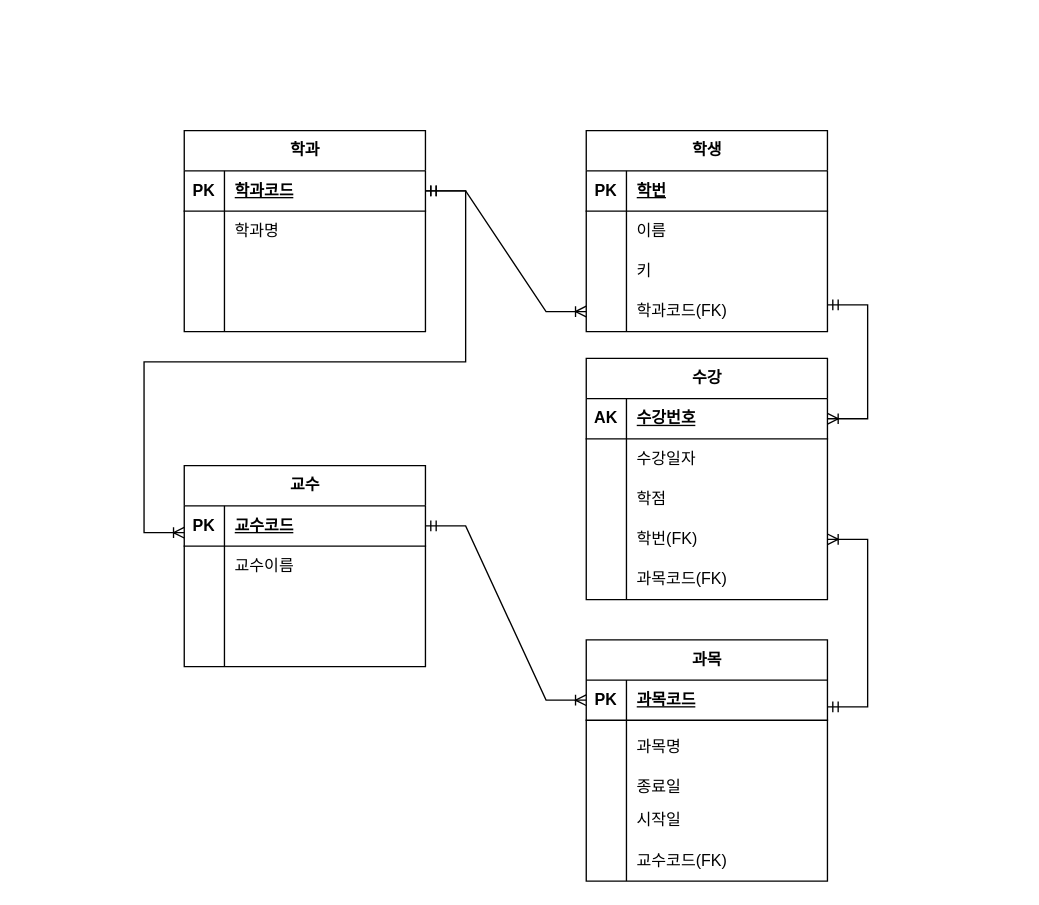
This is 제목 없는 다이어그램.drawio from dlwlgnsrhy/BigData, a draw.io file, before an edit. Source tidied: cells renumbered, new cells numbered last; positions are measured from the earlier drawing's top-left corner, leaving out a move shared by most shapes. Both pictures are drawn from the tidied source at 134%, with x=0, y=0 at pixel (76, 130).
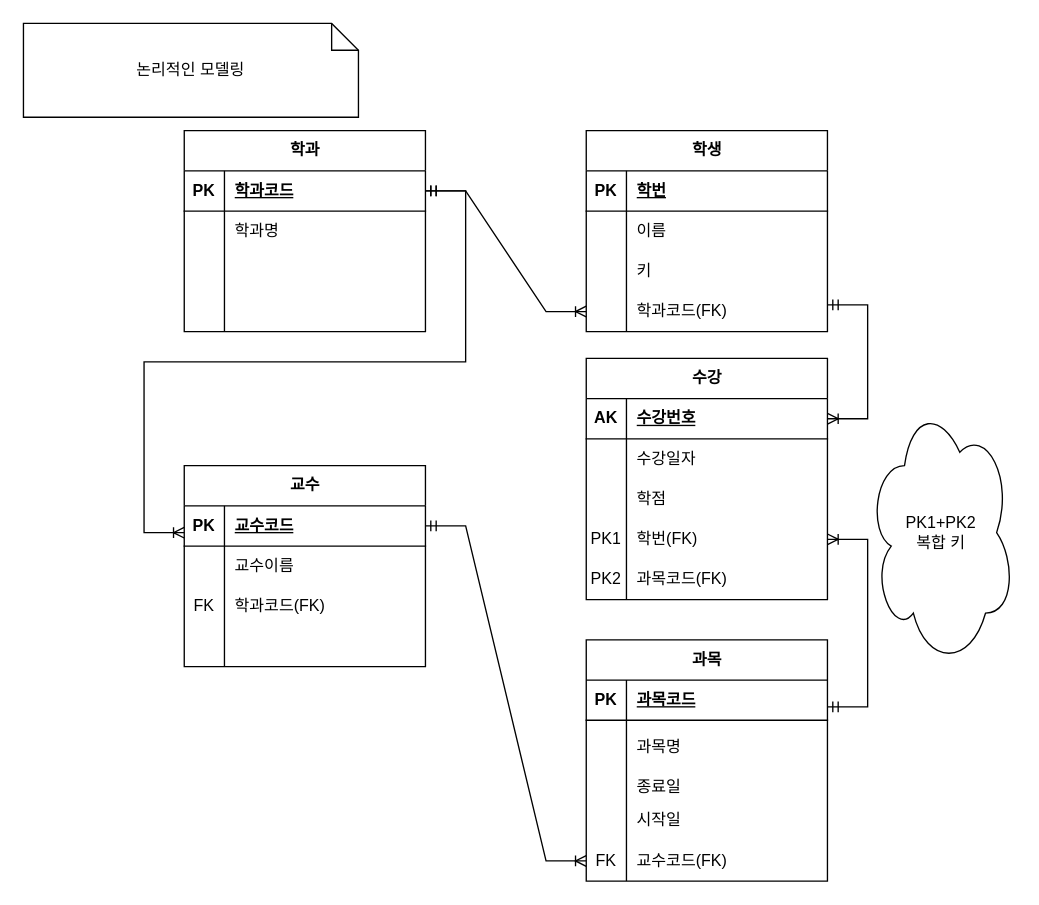
The same diagram, later.

Commit message:
논리적인 모델링 학과.drawio 업데이트

The change refers to these unchanged cells:
```xml
<mxCell id="38" style="shape=tableRow;horizontal=0;startSize=0;swimlaneHead=0;swimlaneBody=0;fillColor=none;points=[[0,0.5],[1,0.5]];portConstraint=eastwest;top=0;left=0;right=0;bottom=0;" parent="28" vertex="1">
  <mxGeometry y="120" width="180" height="30" as="geometry" />
</mxCell>
<mxCell id="41" style="shape=tableRow;horizontal=0;startSize=0;swimlaneHead=0;swimlaneBody=0;fillColor=none;top=0;left=0;right=0;bottom=0;" parent="28" vertex="1">
  <mxGeometry y="150" width="180" height="30" as="geometry" />
</mxCell>
<mxCell id="45" style="shape=tableRow;horizontal=0;startSize=0;swimlaneHead=0;swimlaneBody=0;fillColor=none;points=[[0,0.5],[1,0.5]];portConstraint=eastwest;top=0;left=0;right=0;bottom=1;" parent="44" vertex="1">
  <mxGeometry y="30" width="180" height="30" as="geometry" />
</mxCell>
<mxCell id="57" style="shape=tableRow;horizontal=0;startSize=0;swimlaneHead=0;swimlaneBody=0;fillColor=none;points=[[0,0.5],[1,0.5]];portConstraint=eastwest;top=0;left=0;right=0;bottom=0;" parent="44" vertex="1">
  <mxGeometry y="150" width="180" height="30" as="geometry" />
</mxCell>
<mxCell id="61" style="shape=tableRow;horizontal=0;startSize=0;swimlaneHead=0;swimlaneBody=0;fillColor=none;points=[[0,0.5],[1,0.5]];portConstraint=eastwest;top=0;left=0;right=0;bottom=1;" parent="60" vertex="1">
  <mxGeometry y="30" width="180" height="30" as="geometry" />
</mxCell>
<mxCell id="67" style="shape=tableRow;horizontal=0;startSize=0;swimlaneHead=0;swimlaneBody=0;fillColor=none;top=0;left=0;right=0;bottom=0;" parent="60" vertex="1">
  <mxGeometry y="90" width="180" height="30" as="geometry" />
</mxCell>
```

The edit, as a diff of the source:
```diff
@@
-    <mxCell id="39" style="shape=partialRectangle;fillColor=none;top=0;left=0;bottom=0;right=0;overflow=hidden;whiteSpace=wrap;html=1;" parent="38" vertex="1">
+    <mxCell id="39" value="PK1" style="shape=partialRectangle;fillColor=none;top=0;left=0;bottom=0;right=0;overflow=hidden;whiteSpace=wrap;html=1;" parent="38" vertex="1">
       <mxGeometry width="30" height="30" as="geometry" />
     </mxCell>
@@
-    <mxCell id="42" style="shape=partialRectangle;fillColor=none;top=0;left=0;bottom=0;right=0;overflow=hidden;whiteSpace=wrap;html=1;" parent="41" vertex="1">
+    <mxCell id="42" value="PK2" style="shape=partialRectangle;fillColor=none;top=0;left=0;bottom=0;right=0;overflow=hidden;whiteSpace=wrap;html=1;" parent="41" vertex="1">
       <mxGeometry width="30" height="30" as="geometry" />
     </mxCell>
@@
-    <mxCell id="58" style="shape=partialRectangle;fillColor=none;top=0;left=0;bottom=0;right=0;overflow=hidden;whiteSpace=wrap;html=1;" parent="57" vertex="1">
+    <mxCell id="58" value="FK" style="shape=partialRectangle;fillColor=none;top=0;left=0;bottom=0;right=0;overflow=hidden;whiteSpace=wrap;html=1;" parent="57" vertex="1">
       <mxGeometry width="30" height="30" as="geometry" />
     </mxCell>
@@
-    <mxCell id="68" style="shape=partialRectangle;fillColor=none;top=0;left=0;bottom=0;right=0;overflow=hidden;whiteSpace=wrap;html=1;" parent="67" vertex="1">
+    <mxCell id="68" value="FK" style="shape=partialRectangle;fillColor=none;top=0;left=0;bottom=0;right=0;overflow=hidden;whiteSpace=wrap;html=1;" parent="67" vertex="1">
       <mxGeometry width="30" height="30" as="geometry" />
     </mxCell>
-    <mxCell id="69" style="shape=partialRectangle;fillColor=none;top=0;left=0;bottom=0;right=0;align=left;spacingLeft=6;overflow=hidden;whiteSpace=wrap;html=1;" parent="67" vertex="1">
+    <mxCell id="69" value="학과코드(FK)" style="shape=partialRectangle;fillColor=none;top=0;left=0;bottom=0;right=0;align=left;spacingLeft=6;overflow=hidden;whiteSpace=wrap;html=1;" parent="67" vertex="1">
       <mxGeometry x="30" width="150" height="30" as="geometry" />
     </mxCell>
@@
-    <mxCell id="75" style="edgeStyle=entityRelationEdgeStyle;fontSize=12;html=1;endArrow=ERoneToMany;startArrow=ERmandOne;rounded=0;entryX=0;entryY=0.5;entryDx=0;entryDy=0;exitX=1;exitY=0.5;exitDx=0;exitDy=0;" parent="1" edge="1" source="61" target="45">
+    <mxCell id="75" style="edgeStyle=entityRelationEdgeStyle;fontSize=12;html=1;endArrow=ERoneToMany;startArrow=ERmandOne;rounded=0;entryX=0;entryY=0.5;entryDx=0;entryDy=0;exitX=1;exitY=0.5;exitDx=0;exitDy=0;" parent="1" edge="1" source="61" target="57">
       <mxGeometry relative="1" as="geometry" />
     </mxCell>
@@
+    <mxCell id="78" value="논리적인 모델링" style="shape=note;size=20;whiteSpace=wrap;html=1;" parent="1" vertex="1">
+      <mxGeometry x="-40" y="-80" width="250" height="70" as="geometry" />
+    </mxCell>
+    <mxCell id="79" value="PK1+PK2&lt;br&gt;복합 키" style="ellipse;shape=cloud;whiteSpace=wrap;html=1;align=center;" parent="1" vertex="1">
+      <mxGeometry x="590" y="200" width="110" height="200" as="geometry" />
+    </mxCell>
```
